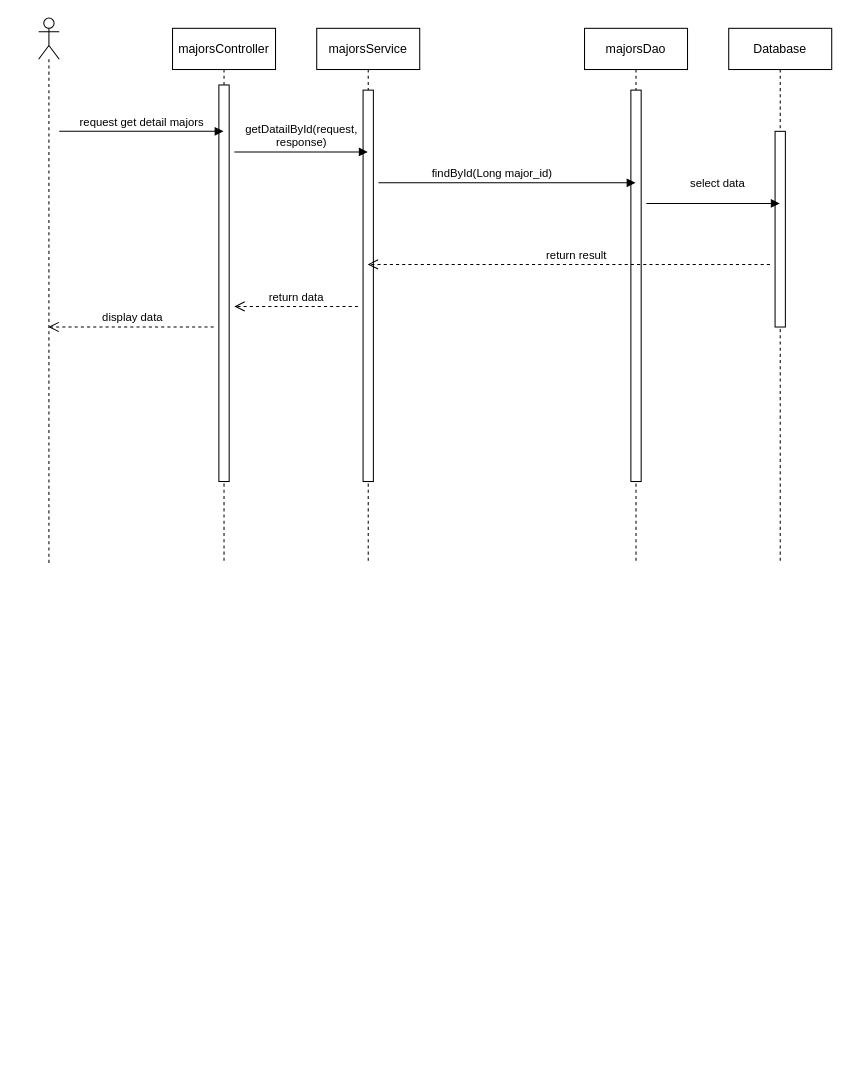
Before: page "Page-22" (22 of 29) of Untitled Diagram.drawio in sachvo/CuteXT, a draw.io diagram. Source tidied: cells renumbered, new cells numbered last; positions are measured from the earlier drawing's top-left corner, leaving out a move shared by most shapes. Both pictures are drawn from the tidied source at 103%, with x=0, y=0 at pixel (38, 18).
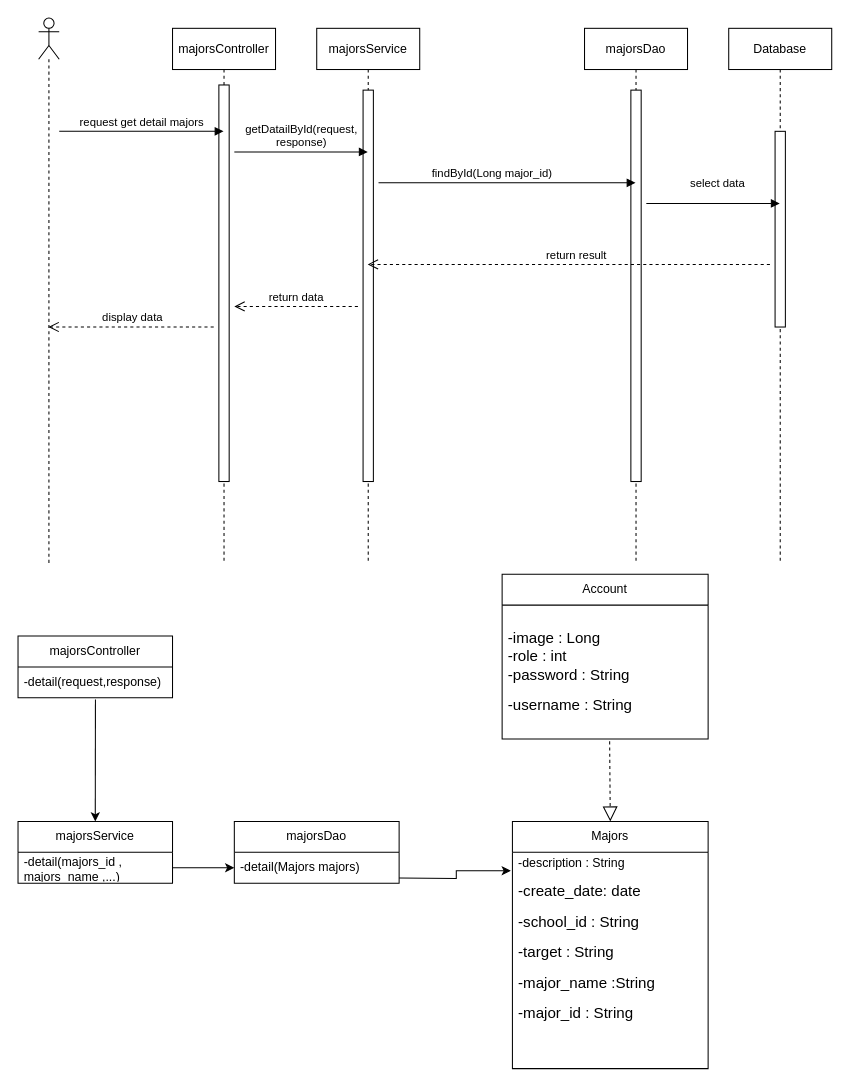
Above is the later version.

The edit, as a diff of the source:
```diff
@@
+    <mxCell id="18" value="majorsController" style="swimlane;fontStyle=0;horizontal=1;startSize=30;whiteSpace=wrap;html=1;" parent="1" vertex="1">
+      <mxGeometry x="-20" y="600" width="150" height="60" as="geometry" />
+    </mxCell>
+    <mxCell id="19" value="-detail(request,response)" style="text;strokeColor=none;fillColor=none;align=left;verticalAlign=middle;spacingLeft=4;spacingRight=4;overflow=hidden;points=[[0,0.5],[1,0.5]];portConstraint=eastwest;whiteSpace=wrap;html=1;" parent="18" vertex="1">
+      <mxGeometry y="30" width="150" height="30" as="geometry" />
+    </mxCell>
+    <mxCell id="20" value="majorsDao" style="swimlane;fontStyle=0;horizontal=1;startSize=30;whiteSpace=wrap;html=1;" parent="1" vertex="1">
+      <mxGeometry x="190" y="780" width="160" height="60" as="geometry" />
+    </mxCell>
+    <mxCell id="21" value="-detail(Majors majors)" style="text;strokeColor=none;fillColor=none;align=left;verticalAlign=middle;spacingLeft=4;spacingRight=4;overflow=hidden;points=[[0,0.5],[1,0.5]];portConstraint=eastwest;whiteSpace=wrap;html=1;" parent="20" vertex="1">
+      <mxGeometry y="30" width="160" height="30" as="geometry" />
+    </mxCell>
+    <mxCell id="22" value="majorsService" style="swimlane;fontStyle=0;horizontal=1;startSize=30;whiteSpace=wrap;html=1;" parent="1" vertex="1">
+      <mxGeometry x="-20" y="780" width="150" height="60" as="geometry" />
+    </mxCell>
+    <mxCell id="23" value="-detail(majors_id&amp;nbsp;,&lt;br&gt;majors_name ,...)" style="text;strokeColor=none;fillColor=none;align=left;verticalAlign=middle;spacingLeft=4;spacingRight=4;overflow=hidden;points=[[0,0.5],[1,0.5]];portConstraint=eastwest;whiteSpace=wrap;html=1;" parent="22" vertex="1">
+      <mxGeometry y="30" width="150" height="30" as="geometry" />
+    </mxCell>
+    <mxCell id="24" style="endArrow=classic;html=1;rounded=0;exitX=0.501;exitY=1.052;exitDx=0;exitDy=0;exitPerimeter=0;entryX=0.5;entryY=0;entryDx=0;entryDy=0;" parent="1" edge="1" source="19" target="22">
+      <mxGeometry relative="1" as="geometry" />
+    </mxCell>
+    <mxCell id="25" style="endArrow=classic;html=1;rounded=0;exitX=1;exitY=0.5;exitDx=0;exitDy=0;entryX=0;entryY=0.5;entryDx=0;entryDy=0;" parent="1" edge="1" source="23" target="21">
+      <mxGeometry relative="1" as="geometry" />
+    </mxCell>
+    <mxCell id="26" style="edgeStyle=orthogonalEdgeStyle;rounded=0;jettySize=auto;html=1;exitX=1;exitY=0.5;exitDx=0;exitDy=0;entryX=-0.008;entryY=0.085;entryDx=0;entryDy=0;entryPerimeter=0;" parent="1" edge="1" target="29">
+      <mxGeometry relative="1" as="geometry">
+        <mxPoint x="350" y="835" as="sourcePoint" />
+      </mxGeometry>
+    </mxCell>
+    <mxCell id="27" style="endArrow=block;dashed=1;endFill=0;endSize=12;html=1;rounded=0;entryX=0.5;entryY=0;entryDx=0;entryDy=0;exitX=0.497;exitY=1.017;exitDx=0;exitDy=0;exitPerimeter=0;" parent="1" edge="1">
+      <mxGeometry relative="1" as="geometry">
+        <mxPoint x="554.4" y="702.2" as="sourcePoint" />
+        <mxPoint x="555" y="780" as="targetPoint" />
+      </mxGeometry>
+    </mxCell>
+    <mxCell id="28" value="Majors" style="swimlane;fontStyle=0;horizontal=1;startSize=30;whiteSpace=wrap;html=1;" parent="1" vertex="1">
+      <mxGeometry x="460" y="780" width="190" height="240" as="geometry" />
+    </mxCell>
+    <mxCell id="29" value="&lt;p style=&quot;line-height:1.38;margin-top:0pt;margin-bottom:0pt;&quot; dir=&quot;ltr&quot;&gt;&lt;/p&gt;&lt;p style=&quot;line-height:1.38;margin-top:0pt;margin-bottom:0pt;&quot; dir=&quot;ltr&quot;&gt;&lt;/p&gt;&lt;p style=&quot;line-height:1.38;margin-top:0pt;margin-bottom:0pt;&quot; dir=&quot;ltr&quot;&gt;&lt;/p&gt;&lt;p style=&quot;line-height:1.38;margin-top:0pt;margin-bottom:0pt;&quot; dir=&quot;ltr&quot;&gt;&lt;/p&gt;&lt;p style=&quot;line-height:1.38;margin-top:0pt;margin-bottom:0pt;&quot; dir=&quot;ltr&quot;&gt;&lt;/p&gt;&lt;p style=&quot;line-height:1.38;margin-top:0pt;margin-bottom:0pt;&quot; dir=&quot;ltr&quot;&gt;&lt;/p&gt;&lt;p style=&quot;line-height:1.38;margin-top:0pt;margin-bottom:0pt;&quot; dir=&quot;ltr&quot;&gt;&lt;/p&gt;&lt;p style=&quot;line-height:1.38;margin-top:0pt;margin-bottom:0pt;&quot; dir=&quot;ltr&quot;&gt;&lt;/p&gt;&lt;p style=&quot;line-height:1.38;margin-top:0pt;margin-bottom:0pt;&quot; dir=&quot;ltr&quot;&gt;&lt;/p&gt;&lt;p style=&quot;line-height:1.38;margin-top:0pt;margin-bottom:0pt;&quot; dir=&quot;ltr&quot;&gt;&lt;/p&gt;&lt;div&gt;&lt;/div&gt;&lt;p style=&quot;line-height:1.38;margin-top:0pt;margin-bottom:0pt;&quot; dir=&quot;ltr&quot;&gt;&lt;/p&gt;&lt;p style=&quot;line-height:1.38;margin-top:0pt;margin-bottom:0pt;&quot; dir=&quot;ltr&quot;&gt;&lt;/p&gt;&lt;p style=&quot;line-height:1.38;margin-top:0pt;margin-bottom:0pt;&quot; dir=&quot;ltr&quot;&gt;&lt;/p&gt;&lt;p style=&quot;line-height:1.38;margin-top:0pt;margin-bottom:0pt;&quot; dir=&quot;ltr&quot;&gt;&lt;/p&gt;&lt;p style=&quot;line-height:1.38;margin-top:0pt;margin-bottom:0pt;&quot; dir=&quot;ltr&quot;&gt;&lt;/p&gt;&lt;p style=&quot;line-height:1.38;margin-top:0pt;margin-bottom:0pt;&quot; dir=&quot;ltr&quot;&gt;&lt;/p&gt;&lt;div&gt;&lt;/div&gt;-description : String&lt;p style=&quot;border-color: var(--border-color);&quot;&gt;&lt;/p&gt;&lt;span style=&quot;border-color: var(--border-color); font-variant-numeric: normal; font-variant-east-asian: normal; font-variant-alternates: normal; font-variant-position: normal; background-color: transparent; font-size: 11pt; font-family: Arial, sans-serif; vertical-align: baseline;&quot;&gt;-create_date: date&lt;/span&gt;&lt;p style=&quot;border-color: var(--border-color);&quot;&gt;&lt;/p&gt;&lt;span style=&quot;border-color: var(--border-color); font-variant-numeric: normal; font-variant-east-asian: normal; font-variant-alternates: normal; font-variant-position: normal; background-color: transparent; font-size: 11pt; font-family: Arial, sans-serif; vertical-align: baseline;&quot;&gt;-school_id : String&lt;/span&gt;&lt;p style=&quot;border-color: var(--border-color);&quot;&gt;&lt;/p&gt;&lt;span style=&quot;border-color: var(--border-color); font-variant-numeric: normal; font-variant-east-asian: normal; font-variant-alternates: normal; font-variant-position: normal; background-color: transparent; font-size: 11pt; font-family: Arial, sans-serif; vertical-align: baseline;&quot;&gt;-target : String&lt;/span&gt;&lt;p style=&quot;border-color: var(--border-color);&quot;&gt;&lt;/p&gt;&lt;span style=&quot;border-color: var(--border-color); font-variant-numeric: normal; font-variant-east-asian: normal; font-variant-alternates: normal; font-variant-position: normal; background-color: transparent; font-size: 11pt; font-family: Arial, sans-serif; vertical-align: baseline;&quot;&gt;-major_name :String&lt;/span&gt;&lt;p style=&quot;border-color: var(--border-color);&quot;&gt;&lt;/p&gt;&lt;span style=&quot;border-color: var(--border-color); font-variant-numeric: normal; font-variant-east-asian: normal; font-variant-alternates: normal; font-variant-position: normal; background-color: transparent; font-size: 11pt; font-family: Arial, sans-serif; vertical-align: baseline;&quot;&gt;-major_id : String&lt;/span&gt;&lt;p style=&quot;border-color: var(--border-color);&quot;&gt;&lt;/p&gt;&lt;span style=&quot;border-color: var(--border-color); font-variant-numeric: normal; font-variant-east-asian: normal; font-variant-alternates: normal; font-variant-position: normal; background-color: transparent; font-size: 11pt; font-family: Arial, sans-serif; vertical-align: baseline;&quot;&gt;&amp;nbsp;&lt;/span&gt;&lt;p style=&quot;border-color: var(--border-color);&quot;&gt;&lt;/p&gt;&lt;span style=&quot;border-color: var(--border-color);&quot; id=&quot;docs-internal-guid-a5c4c8f3-7fff-565d-390b-ae1f4eb0c004&quot;&gt;&lt;/span&gt;&lt;span id=&quot;docs-internal-guid-ec875b94-7fff-324d-a60e-613ddc787041&quot;&gt;&lt;/span&gt;" style="text;strokeColor=none;fillColor=none;align=left;verticalAlign=middle;spacingLeft=4;spacingRight=4;overflow=hidden;points=[[0,0.5],[1,0.5]];portConstraint=eastwest;whiteSpace=wrap;html=1;" parent="28" vertex="1">
+      <mxGeometry y="30" width="190" height="210" as="geometry" />
+    </mxCell>
+    <mxCell id="30" value="Account" style="swimlane;fontStyle=0;horizontal=1;startSize=30;whiteSpace=wrap;html=1;" parent="1" vertex="1">
+      <mxGeometry x="450" y="540" width="200" height="160" as="geometry" />
+    </mxCell>
+    <mxCell id="31" value="&lt;p style=&quot;line-height:1.38;margin-top:0pt;margin-bottom:0pt;&quot; dir=&quot;ltr&quot;&gt;&lt;/p&gt;&lt;p style=&quot;line-height:1.38;margin-top:0pt;margin-bottom:0pt;&quot; dir=&quot;ltr&quot;&gt;&lt;/p&gt;&lt;p style=&quot;line-height:1.38;margin-top:0pt;margin-bottom:0pt;&quot; dir=&quot;ltr&quot;&gt;&lt;/p&gt;&lt;div&gt;&lt;/div&gt;&lt;span style=&quot;font-size: 11pt; font-family: Arial, sans-serif; background-color: transparent; font-variant-numeric: normal; font-variant-east-asian: normal; font-variant-alternates: normal; font-variant-position: normal; vertical-align: baseline;&quot;&gt;-image : Long&lt;br&gt;-role : int&lt;br&gt;&lt;/span&gt;&lt;span style=&quot;font-size: 11pt; font-family: Arial, sans-serif; background-color: transparent; font-variant-numeric: normal; font-variant-east-asian: normal; font-variant-alternates: normal; font-variant-position: normal; vertical-align: baseline;&quot;&gt;-password : String&lt;/span&gt;&lt;p&gt;&lt;/p&gt;&lt;span style=&quot;font-size: 11pt; font-family: Arial, sans-serif; background-color: transparent; font-variant-numeric: normal; font-variant-east-asian: normal; font-variant-alternates: normal; font-variant-position: normal; vertical-align: baseline;&quot;&gt;-username : String&lt;/span&gt;&lt;span id=&quot;docs-internal-guid-546da517-7fff-cef4-55ad-a307194a0e7b&quot;&gt;&lt;/span&gt;" style="text;strokeColor=none;fillColor=none;align=left;verticalAlign=middle;spacingLeft=4;spacingRight=4;overflow=hidden;whiteSpace=wrap;html=1;" parent="30" vertex="1">
+      <mxGeometry y="30" width="200" height="130" as="geometry" />
+    </mxCell>
```
